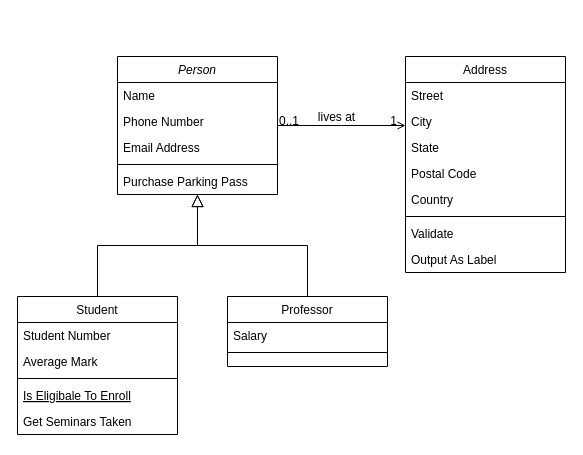
The draw.io diagram Untitled Diagram.drawio in Joao-Heitor/AtividadePratica01, before the edit. Source tidied: cells renumbered, new cells numbered last; positions are measured from the earlier drawing's top-left corner, leaving out a move shared by most shapes. Both pictures are drawn from the tidied source at 100%, with x=0, y=0 at pixel (17, 56).
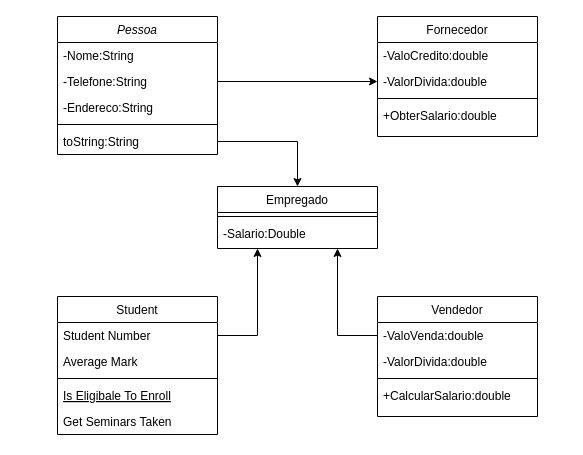
The same page after the edit.

Unchanged cells that the change refers to:
```xml
<mxCell id="9" value="Student Number" style="text;align=left;verticalAlign=top;spacingLeft=4;spacingRight=4;overflow=hidden;points=[[0,0.5],[1,0.5]];portConstraint=eastwest;" parent="8" vertex="1">
  <mxGeometry y="26" width="160" height="26" as="geometry" />
</mxCell>
```

Change to the diagram source:
```diff
@@
-    <mxCell id="2" value="Person" style="swimlane;fontStyle=2;align=center;verticalAlign=top;horizontal=1;startSize=26;rounded=0;shadow=0;strokeWidth=1;" parent="1" vertex="1">
-      <mxGeometry x="100" width="160" height="138" as="geometry" />
+    <mxCell id="2" value="Pessoa" style="swimlane;fontStyle=2;align=center;verticalAlign=top;horizontal=1;startSize=26;rounded=0;shadow=0;strokeWidth=1;" parent="1" vertex="1">
+      <mxGeometry x="40" y="-40" width="160" height="138" as="geometry" />
     </mxCell>
-    <mxCell id="3" value="Name" style="text;align=left;verticalAlign=top;spacingLeft=4;spacingRight=4;overflow=hidden;" parent="2" vertex="1">
+    <mxCell id="3" value="-Nome:String&#10;" style="text;align=left;verticalAlign=top;spacingLeft=4;spacingRight=4;overflow=hidden;" parent="2" vertex="1">
       <mxGeometry y="26" width="160" height="26" as="geometry" />
     </mxCell>
-    <mxCell id="4" value="Phone Number" style="text;align=left;verticalAlign=top;spacingLeft=4;spacingRight=4;overflow=hidden;points=[[0,0.5],[1,0.5]];portConstraint=eastwest;rounded=0;shadow=0;html=0;" parent="2" vertex="1">
+    <mxCell id="4" value="-Telefone:String" style="text;align=left;verticalAlign=top;spacingLeft=4;spacingRight=4;overflow=hidden;points=[[0,0.5],[1,0.5]];portConstraint=eastwest;rounded=0;shadow=0;html=0;" parent="2" vertex="1">
       <mxGeometry y="52" width="160" height="26" as="geometry" />
     </mxCell>
-    <mxCell id="5" value="Email Address" style="text;align=left;verticalAlign=top;spacingLeft=4;spacingRight=4;overflow=hidden;rounded=0;shadow=0;html=0;" parent="2" vertex="1">
+    <mxCell id="5" value="-Endereco:String" style="text;align=left;verticalAlign=top;spacingLeft=4;spacingRight=4;overflow=hidden;rounded=0;shadow=0;html=0;" parent="2" vertex="1">
       <mxGeometry y="78" width="160" height="26" as="geometry" />
     </mxCell>
@@
-    <mxCell id="7" value="Purchase Parking Pass" style="text;align=left;verticalAlign=top;spacingLeft=4;spacingRight=4;overflow=hidden;points=[[0,0.5],[1,0.5]];portConstraint=eastwest;" parent="2" vertex="1">
+    <mxCell id="7" value="toString:String" style="text;align=left;verticalAlign=top;spacingLeft=4;spacingRight=4;overflow=hidden;points=[[0,0.5],[1,0.5]];portConstraint=eastwest;" parent="2" vertex="1">
       <mxGeometry y="112" width="160" height="26" as="geometry" />
     </mxCell>
+    <mxCell id="19" value="Fornecedor" style="swimlane;fontStyle=0;align=center;verticalAlign=top;horizontal=1;startSize=26;rounded=0;shadow=0;strokeWidth=1;" parent="1" vertex="1">
+      <mxGeometry x="360" y="-40" width="160" height="120" as="geometry" />
+    </mxCell>
+    <mxCell id="20" value="-ValoCredito:double" style="text;align=left;verticalAlign=top;spacingLeft=4;spacingRight=4;overflow=hidden;" parent="19" vertex="1">
+      <mxGeometry y="26" width="160" height="26" as="geometry" />
+    </mxCell>
+    <mxCell id="21" value="-ValorDivida:double" style="text;align=left;verticalAlign=top;spacingLeft=4;spacingRight=4;overflow=hidden;points=[[0,0.5],[1,0.5]];portConstraint=eastwest;rounded=0;shadow=0;html=0;" parent="19" vertex="1">
+      <mxGeometry y="52" width="160" height="26" as="geometry" />
+    </mxCell>
+    <mxCell id="25" style="line;html=1;strokeWidth=1;align=left;verticalAlign=middle;spacingTop=-1;spacingLeft=3;spacingRight=3;labelPosition=right;" parent="19" vertex="1">
+      <mxGeometry y="78" width="160" height="8" as="geometry" />
+    </mxCell>
+    <mxCell id="27" value="+ObterSalario:double" style="text;align=left;verticalAlign=top;spacingLeft=4;spacingRight=4;overflow=hidden;" parent="19" vertex="1">
+      <mxGeometry y="86" width="160" height="26" as="geometry" />
+    </mxCell>
+    <mxCell id="32" value="Vendedor" style="swimlane;fontStyle=0;align=center;verticalAlign=top;horizontal=1;startSize=26;rounded=0;shadow=0;strokeWidth=1;" parent="1" vertex="1">
+      <mxGeometry x="360" y="240" width="160" height="120" as="geometry" />
+    </mxCell>
+    <mxCell id="33" value="-ValoVenda:double" style="text;align=left;verticalAlign=top;spacingLeft=4;spacingRight=4;overflow=hidden;points=[[0,0.5],[1,0.5]];portConstraint=eastwest;" parent="32" vertex="1">
+      <mxGeometry y="26" width="160" height="26" as="geometry" />
+    </mxCell>
+    <mxCell id="34" value="-ValorDivida:double" style="text;align=left;verticalAlign=top;spacingLeft=4;spacingRight=4;overflow=hidden;rounded=0;shadow=0;html=0;" parent="32" vertex="1">
+      <mxGeometry y="52" width="160" height="26" as="geometry" />
+    </mxCell>
+    <mxCell id="35" style="line;html=1;strokeWidth=1;align=left;verticalAlign=middle;spacingTop=-1;spacingLeft=3;spacingRight=3;labelPosition=right;" parent="32" vertex="1">
+      <mxGeometry y="78" width="160" height="8" as="geometry" />
+    </mxCell>
+    <mxCell id="36" value="+CalcularSalario:double" style="text;align=left;verticalAlign=top;spacingLeft=4;spacingRight=4;overflow=hidden;" parent="32" vertex="1">
+      <mxGeometry y="86" width="160" height="26" as="geometry" />
+    </mxCell>
     <mxCell id="8" value="Student" style="swimlane;fontStyle=0;align=center;verticalAlign=top;horizontal=1;startSize=26;rounded=0;shadow=0;strokeWidth=1;" parent="1" vertex="1">
-      <mxGeometry y="240" width="160" height="138" as="geometry" />
+      <mxGeometry x="40" y="240" width="160" height="138" as="geometry" />
     </mxCell>
@@
-    <mxCell id="14" style="endArrow=block;endSize=10;endFill=0;shadow=0;strokeWidth=1;rounded=0;edgeStyle=elbowEdgeStyle;elbow=vertical;" parent="1" edge="1" source="8" target="2">
-      <mxGeometry relative="1" as="geometry" />
-    </mxCell>
-    <mxCell id="15" value="Professor" style="swimlane;fontStyle=0;align=center;verticalAlign=top;horizontal=1;startSize=26;rounded=0;shadow=0;strokeWidth=1;" parent="1" vertex="1">
-      <mxGeometry x="210" y="240" width="160" height="70" as="geometry" />
-    </mxCell>
-    <mxCell id="16" value="Salary" style="text;align=left;verticalAlign=top;spacingLeft=4;spacingRight=4;overflow=hidden;" parent="15" vertex="1">
-      <mxGeometry y="26" width="160" height="26" as="geometry" />
-    </mxCell>
-    <mxCell id="17" style="line;html=1;strokeWidth=1;align=left;verticalAlign=middle;spacingTop=-1;spacingLeft=3;spacingRight=3;labelPosition=right;" parent="15" vertex="1">
-      <mxGeometry y="52" width="160" height="8" as="geometry" />
-    </mxCell>
-    <mxCell id="18" style="endArrow=block;endSize=10;endFill=0;shadow=0;strokeWidth=1;rounded=0;edgeStyle=elbowEdgeStyle;elbow=vertical;" parent="1" edge="1" source="15" target="2">
-      <mxGeometry relative="1" as="geometry" />
-    </mxCell>
-    <mxCell id="19" value="Address" style="swimlane;fontStyle=0;align=center;verticalAlign=top;horizontal=1;startSize=26;rounded=0;shadow=0;strokeWidth=1;" parent="1" vertex="1">
-      <mxGeometry x="388" width="160" height="216" as="geometry" />
-    </mxCell>
-    <mxCell id="20" value="Street" style="text;align=left;verticalAlign=top;spacingLeft=4;spacingRight=4;overflow=hidden;" parent="19" vertex="1">
-      <mxGeometry y="26" width="160" height="26" as="geometry" />
-    </mxCell>
-    <mxCell id="21" value="City" style="text;align=left;verticalAlign=top;spacingLeft=4;spacingRight=4;overflow=hidden;points=[[0,0.5],[1,0.5]];portConstraint=eastwest;rounded=0;shadow=0;html=0;" parent="19" vertex="1">
-      <mxGeometry y="52" width="160" height="26" as="geometry" />
-    </mxCell>
-    <mxCell id="22" value="State" style="text;align=left;verticalAlign=top;spacingLeft=4;spacingRight=4;overflow=hidden;rounded=0;shadow=0;html=0;" parent="19" vertex="1">
-      <mxGeometry y="78" width="160" height="26" as="geometry" />
-    </mxCell>
-    <mxCell id="23" value="Postal Code" style="text;align=left;verticalAlign=top;spacingLeft=4;spacingRight=4;overflow=hidden;rounded=0;shadow=0;html=0;" parent="19" vertex="1">
-      <mxGeometry y="104" width="160" height="26" as="geometry" />
-    </mxCell>
-    <mxCell id="24" value="Country" style="text;align=left;verticalAlign=top;spacingLeft=4;spacingRight=4;overflow=hidden;rounded=0;shadow=0;html=0;" parent="19" vertex="1">
-      <mxGeometry y="130" width="160" height="26" as="geometry" />
-    </mxCell>
-    <mxCell id="25" style="line;html=1;strokeWidth=1;align=left;verticalAlign=middle;spacingTop=-1;spacingLeft=3;spacingRight=3;labelPosition=right;" parent="19" vertex="1">
-      <mxGeometry y="156" width="160" height="8" as="geometry" />
-    </mxCell>
-    <mxCell id="26" value="Validate" style="text;align=left;verticalAlign=top;spacingLeft=4;spacingRight=4;overflow=hidden;" parent="19" vertex="1">
-      <mxGeometry y="164" width="160" height="26" as="geometry" />
-    </mxCell>
-    <mxCell id="27" value="Output As Label" style="text;align=left;verticalAlign=top;spacingLeft=4;spacingRight=4;overflow=hidden;" parent="19" vertex="1">
-      <mxGeometry y="190" width="160" height="26" as="geometry" />
-    </mxCell>
-    <mxCell id="28" style="endArrow=open;shadow=0;strokeWidth=1;rounded=0;endFill=1;edgeStyle=elbowEdgeStyle;elbow=vertical;" parent="1" edge="1" source="2" target="19">
-      <mxGeometry x="0.5" y="41" relative="1" as="geometry">
-        <mxPoint x="-40" y="32" as="offset" />
-      </mxGeometry>
-    </mxCell>
-    <mxCell id="29" value="0..1" style="align=left;verticalAlign=bottom;labelBackgroundColor=none;fontSize=12;" parent="28" vertex="1">
-      <mxGeometry x="-1" relative="1" as="geometry">
-        <mxPoint y="4" as="offset" />
-      </mxGeometry>
-    </mxCell>
-    <mxCell id="30" value="1" style="align=right;verticalAlign=bottom;labelBackgroundColor=none;fontSize=12;" parent="28" vertex="1">
-      <mxGeometry x="1" relative="1" as="geometry">
-        <mxPoint x="-7" y="4" as="offset" />
-      </mxGeometry>
-    </mxCell>
-    <mxCell id="31" value="lives at" style="text;html=1;align=center;verticalAlign=middle;labelBackgroundColor=none;rounded=0;shadow=0;strokeWidth=1;fontSize=12;" parent="28" vertex="1">
-      <mxGeometry x="0.5" y="49" relative="1" as="geometry">
-        <mxPoint x="-38" y="40" as="offset" />
-      </mxGeometry>
-    </mxCell>
+    <mxCell id="37" value="Empregado" style="swimlane;fontStyle=0;align=center;verticalAlign=top;horizontal=1;startSize=26;rounded=0;shadow=0;strokeWidth=1;" parent="1" vertex="1">
+      <mxGeometry x="200" y="130" width="160" height="62" as="geometry" />
+    </mxCell>
+    <mxCell id="38" style="line;html=1;strokeWidth=1;align=left;verticalAlign=middle;spacingTop=-1;spacingLeft=3;spacingRight=3;labelPosition=right;" parent="37" vertex="1">
+      <mxGeometry y="26" width="160" height="8" as="geometry" />
+    </mxCell>
+    <mxCell id="39" style="edgeStyle=orthogonalEdgeStyle;rounded=0;jettySize=auto;html=1;exitX=0;exitY=0.5;exitDx=0;exitDy=0;entryX=0.75;entryY=1;entryDx=0;entryDy=0;" parent="1" edge="1" source="33" target="37">
+      <mxGeometry relative="1" as="geometry" />
+    </mxCell>
+    <mxCell id="40" style="edgeStyle=orthogonalEdgeStyle;rounded=0;jettySize=auto;html=1;exitX=1;exitY=0.5;exitDx=0;exitDy=0;entryX=0.25;entryY=1;entryDx=0;entryDy=0;" parent="1" edge="1" source="9" target="37">
+      <mxGeometry relative="1" as="geometry" />
+    </mxCell>
+    <mxCell id="41" value="-Salario:Double" style="text;align=left;verticalAlign=top;spacingLeft=4;spacingRight=4;overflow=hidden;" parent="1" vertex="1">
+      <mxGeometry x="200" y="164" width="160" height="26" as="geometry" />
+    </mxCell>
+    <mxCell id="42" style="edgeStyle=orthogonalEdgeStyle;rounded=0;jettySize=auto;html=1;exitX=1;exitY=0.5;exitDx=0;exitDy=0;entryX=0;entryY=0.5;entryDx=0;entryDy=0;" parent="1" edge="1" source="4" target="21">
+      <mxGeometry relative="1" as="geometry" />
+    </mxCell>
+    <mxCell id="43" style="edgeStyle=orthogonalEdgeStyle;rounded=0;jettySize=auto;html=1;entryX=0.5;entryY=0;entryDx=0;entryDy=0;" parent="1" edge="1" source="7" target="37">
+      <mxGeometry relative="1" as="geometry" />
+    </mxCell>
```
